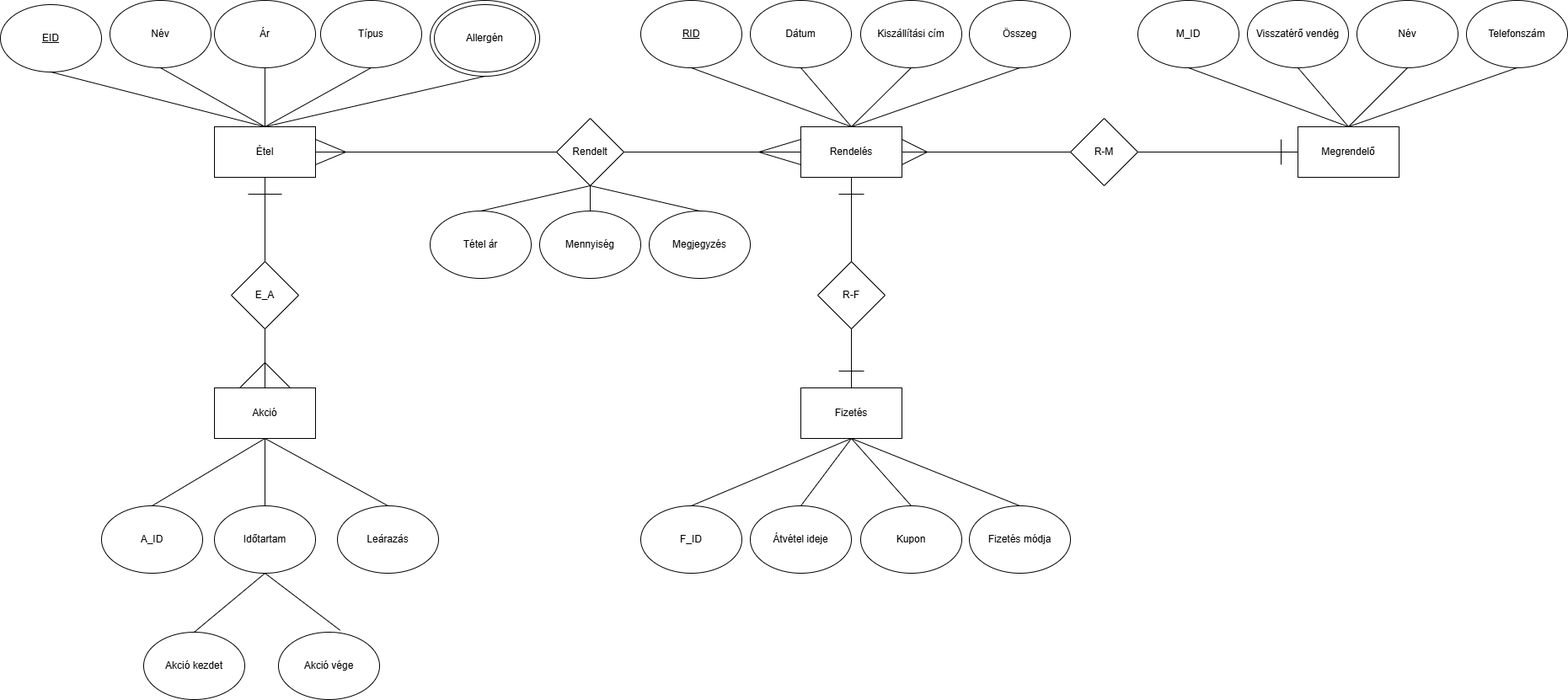
The draw.io diagram OE8BW9_XMLTask/OE8BW9_ER.drawio.png in UriAlexandra/OE8BW9WebXML, before a commit. Source tidied: cells renumbered, new cells last; positions are measured from the earlier drawing's top-left corner, leaving out a move shared by most shapes.
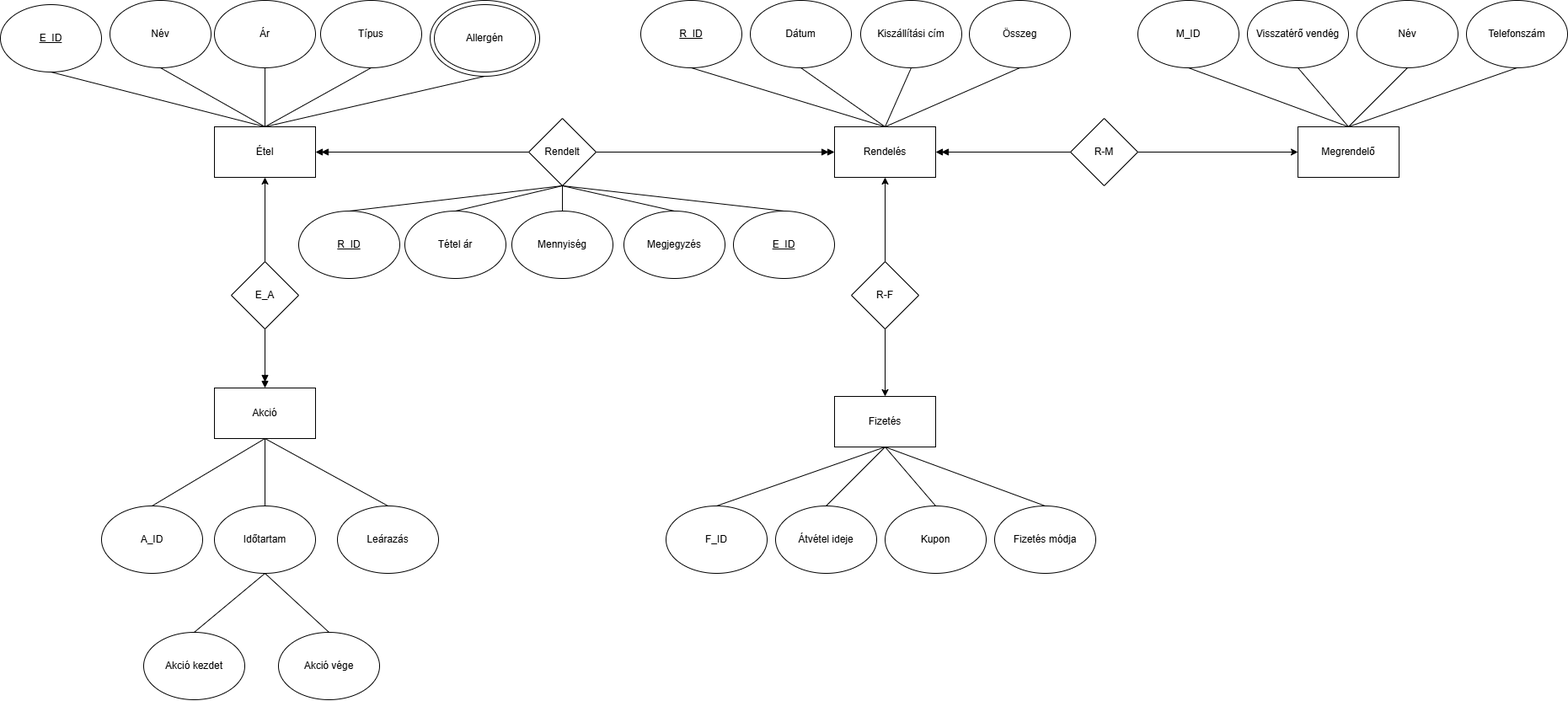
The same file after the commit.

What changed in the source:
```diff
@@ -6,7 +6,7 @@
       <mxGeometry x="274" y="310" width="80" height="80" as="geometry" />
     </mxCell>
     <mxCell id="3" style="group;" parent="1" vertex="1">
-      <mxGeometry x="640" y="140" width="120" height="190" as="geometry" />
+      <mxGeometry x="607" y="140" width="120" height="190" as="geometry" />
     </mxCell>
     <mxCell id="4" value="Rendelt" style="rhombus;whiteSpace=wrap;html=1;" parent="3" vertex="1">
       <mxGeometry x="20" width="80" height="80" as="geometry" />
@@ -18,13 +18,13 @@
       <mxGeometry relative="1" as="geometry" />
     </mxCell>
     <mxCell id="7" value="R-F" style="rhombus;whiteSpace=wrap;html=1;" parent="1" vertex="1">
-      <mxGeometry x="970" y="310" width="80" height="80" as="geometry" />
+      <mxGeometry x="1010" y="310" width="80" height="80" as="geometry" />
     </mxCell>
     <mxCell id="8" value="Akció" style="rounded=0;whiteSpace=wrap;html=1;" parent="1" vertex="1">
       <mxGeometry x="254" y="460" width="120" height="60" as="geometry" />
     </mxCell>
     <mxCell id="9" value="Fizetés" style="rounded=0;whiteSpace=wrap;html=1;" parent="1" vertex="1">
-      <mxGeometry x="950" y="460" width="120" height="60" as="geometry" />
+      <mxGeometry x="990" y="470" width="120" height="60" as="geometry" />
     </mxCell>
     <mxCell id="10" value="R-M" style="rhombus;whiteSpace=wrap;html=1;" parent="1" vertex="1">
       <mxGeometry x="1270" y="140" width="80" height="80" as="geometry" />
@@ -61,12 +61,6 @@
         <mxPoint x="250" y="150" as="sourcePoint" />
       </mxGeometry>
     </mxCell>
-    <mxCell id="21" style="endArrow=none;html=1;rounded=0;" parent="11" edge="1">
-      <mxGeometry relative="1" as="geometry">
-        <mxPoint x="170" y="165" as="sourcePoint" />
-        <mxPoint x="170" y="195" as="targetPoint" />
-      </mxGeometry>
-    </mxCell>
     <mxCell id="22" style="group;" parent="1" vertex="1">
       <mxGeometry width="640" height="210" as="geometry" />
     </mxCell>
@@ -82,7 +76,7 @@
     <mxCell id="26" value="Típus" style="ellipse;whiteSpace=wrap;html=1;" parent="22" vertex="1">
       <mxGeometry x="380" width="120" height="80" as="geometry" />
     </mxCell>
-    <mxCell id="27" value="&lt;u&gt;EID&lt;/u&gt;" style="ellipse;whiteSpace=wrap;html=1;" parent="22" vertex="1">
+    <mxCell id="27" value="&lt;u&gt;E_ID&lt;/u&gt;" style="ellipse;whiteSpace=wrap;html=1;" parent="22" vertex="1">
       <mxGeometry y="5" width="120" height="80" as="geometry" />
     </mxCell>
     <mxCell id="28" style="group;" parent="22" vertex="1">
@@ -110,12 +104,12 @@
       <mxGeometry relative="1" as="geometry" />
     </mxCell>
     <mxCell id="36" value="F_ID" style="ellipse;whiteSpace=wrap;html=1;" parent="1" vertex="1">
-      <mxGeometry x="760" y="600" width="120" height="80" as="geometry" />
+      <mxGeometry x="790" y="600" width="120" height="80" as="geometry" />
     </mxCell>
     <mxCell id="37" value="Rendelés" style="rounded=0;whiteSpace=wrap;html=1;" parent="1" vertex="1">
-      <mxGeometry x="950" y="150" width="120" height="60" as="geometry" />
+      <mxGeometry x="990" y="150" width="120" height="60" as="geometry" />
     </mxCell>
-    <mxCell id="38" value="&lt;u&gt;RID&lt;/u&gt;" style="ellipse;whiteSpace=wrap;html=1;" parent="1" vertex="1">
+    <mxCell id="38" value="&lt;u&gt;R_ID&lt;/u&gt;" style="ellipse;whiteSpace=wrap;html=1;" parent="1" vertex="1">
       <mxGeometry x="760" width="120" height="80" as="geometry" />
     </mxCell>
     <mxCell id="39" value="Dátum" style="ellipse;whiteSpace=wrap;html=1;" parent="1" vertex="1">
@@ -140,13 +134,13 @@
       <mxGeometry relative="1" as="geometry" />
     </mxCell>
     <mxCell id="46" value="Átvétel ideje" style="ellipse;whiteSpace=wrap;html=1;" parent="1" vertex="1">
-      <mxGeometry x="890" y="600" width="120" height="80" as="geometry" />
+      <mxGeometry x="920" y="600" width="120" height="80" as="geometry" />
     </mxCell>
     <mxCell id="47" value="Kupon" style="ellipse;whiteSpace=wrap;html=1;" parent="1" vertex="1">
-      <mxGeometry x="1021" y="600" width="120" height="80" as="geometry" />
+      <mxGeometry x="1050" y="600" width="120" height="80" as="geometry" />
     </mxCell>
     <mxCell id="48" value="Fizetés módja" style="ellipse;whiteSpace=wrap;html=1;" parent="1" vertex="1">
-      <mxGeometry x="1150" y="600" width="120" height="80" as="geometry" />
+      <mxGeometry x="1180" y="600" width="120" height="80" as="geometry" />
     </mxCell>
     <mxCell id="49" style="endArrow=none;html=1;rounded=0;entryX=0.5;entryY=1;entryDx=0;entryDy=0;exitX=0.5;exitY=0;exitDx=0;exitDy=0;" parent="1" edge="1" source="36" target="9">
       <mxGeometry relative="1" as="geometry" />
@@ -178,7 +172,7 @@
     <mxCell id="58" style="endArrow=none;html=1;rounded=0;entryX=0.5;entryY=0;entryDx=0;entryDy=0;exitX=0.5;exitY=1;exitDx=0;exitDy=0;" parent="1" edge="1" source="54" target="56">
       <mxGeometry relative="1" as="geometry" />
     </mxCell>
-    <mxCell id="59" style="endArrow=none;html=1;rounded=0;entryX=0.609;entryY=-0.029;entryDx=0;entryDy=0;entryPerimeter=0;exitX=0.5;exitY=1;exitDx=0;exitDy=0;" parent="1" edge="1" source="54" target="57">
+    <mxCell id="59" style="endArrow=none;html=1;rounded=0;entryX=0.5;entryY=0;entryDx=0;entryDy=0;exitX=0.5;exitY=1;exitDx=0;exitDy=0;" parent="1" edge="1" source="54" target="57">
       <mxGeometry relative="1" as="geometry" />
     </mxCell>
     <mxCell id="60" style="endArrow=none;html=1;rounded=0;entryX=0.5;entryY=1;entryDx=0;entryDy=0;exitX=0.5;exitY=0;exitDx=0;exitDy=0;" parent="1" edge="1" source="54" target="8">
@@ -192,93 +186,32 @@
     <mxCell id="62" style="endArrow=none;html=1;rounded=0;entryX=0.5;entryY=1;entryDx=0;entryDy=0;exitX=0.5;exitY=0;exitDx=0;exitDy=0;" parent="1" edge="1" source="55" target="8">
       <mxGeometry relative="1" as="geometry" />
     </mxCell>
-    <mxCell id="63" style="endArrow=none;html=1;rounded=0;entryX=0.5;entryY=1;entryDx=0;entryDy=0;exitX=0.5;exitY=0;exitDx=0;exitDy=0;" parent="1" edge="1" source="8" target="2">
+    <mxCell id="63" style="endArrow=none;html=1;rounded=0;entryX=0.5;entryY=1;entryDx=0;entryDy=0;exitX=0.5;exitY=0;exitDx=0;exitDy=0;startArrow=doubleBlock;startFill=1;" parent="1" edge="1" source="8" target="2">
       <mxGeometry relative="1" as="geometry" />
     </mxCell>
-    <mxCell id="64" style="endArrow=none;html=1;rounded=0;exitX=0.75;exitY=0;exitDx=0;exitDy=0;" parent="1" edge="1" source="8">
-      <mxGeometry relative="1" as="geometry">
-        <mxPoint x="314" y="430" as="targetPoint" />
-      </mxGeometry>
-    </mxCell>
-    <mxCell id="65" style="endArrow=none;html=1;rounded=0;exitX=0.25;exitY=0;exitDx=0;exitDy=0;" parent="1" edge="1" source="8">
-      <mxGeometry relative="1" as="geometry">
-        <mxPoint x="314" y="430" as="targetPoint" />
-      </mxGeometry>
-    </mxCell>
-    <mxCell id="66" style="endArrow=none;html=1;rounded=0;entryX=0.5;entryY=1;entryDx=0;entryDy=0;exitX=0.5;exitY=0;exitDx=0;exitDy=0;" parent="1" edge="1" source="2" target="23">
+    <mxCell id="66" style="endArrow=classic;html=1;rounded=0;entryX=0.5;entryY=1;entryDx=0;entryDy=0;exitX=0.5;exitY=0;exitDx=0;exitDy=0;endFill=1;" parent="1" edge="1" source="2" target="23">
       <mxGeometry relative="1" as="geometry" />
     </mxCell>
-    <mxCell id="67" style="endArrow=none;html=1;rounded=0;" parent="1" edge="1">
-      <mxGeometry relative="1" as="geometry">
-        <mxPoint x="294" y="230" as="sourcePoint" />
-        <mxPoint x="334" y="230" as="targetPoint" />
-      </mxGeometry>
-    </mxCell>
-    <mxCell id="68" style="endArrow=none;html=1;rounded=0;exitX=1;exitY=0.5;exitDx=0;exitDy=0;entryX=0;entryY=0.5;entryDx=0;entryDy=0;" parent="1" edge="1" source="23" target="4">
-      <mxGeometry relative="1" as="geometry" />
-    </mxCell>
-    <mxCell id="69" style="endArrow=none;html=1;rounded=0;entryX=0;entryY=0.5;entryDx=0;entryDy=0;exitX=1;exitY=0.5;exitDx=0;exitDy=0;" parent="1" edge="1" source="4" target="37">
+    <mxCell id="69" style="endArrow=doubleBlock;html=1;rounded=0;entryX=0;entryY=0.5;entryDx=0;entryDy=0;exitX=1;exitY=0.5;exitDx=0;exitDy=0;endFill=1;" parent="1" edge="1" source="4" target="37">
       <mxGeometry relative="1" as="geometry" />
     </mxCell>
-    <mxCell id="70" style="endArrow=none;html=1;rounded=0;exitX=1;exitY=0.75;exitDx=0;exitDy=0;" parent="1" edge="1" source="23">
-      <mxGeometry relative="1" as="geometry">
-        <mxPoint x="410" y="180" as="targetPoint" />
-      </mxGeometry>
-    </mxCell>
-    <mxCell id="71" style="endArrow=none;html=1;rounded=0;exitX=1;exitY=0.25;exitDx=0;exitDy=0;" parent="1" edge="1" source="23">
-      <mxGeometry relative="1" as="geometry">
-        <mxPoint x="410" y="180" as="targetPoint" />
-      </mxGeometry>
-    </mxCell>
-    <mxCell id="72" style="endArrow=none;html=1;rounded=0;exitX=0;exitY=0.75;exitDx=0;exitDy=0;" parent="1" edge="1" source="37">
-      <mxGeometry relative="1" as="geometry">
-        <mxPoint x="900" y="180" as="targetPoint" />
-      </mxGeometry>
-    </mxCell>
-    <mxCell id="73" style="endArrow=none;html=1;rounded=0;entryX=0;entryY=0.25;entryDx=0;entryDy=0;" parent="1" edge="1" target="37">
-      <mxGeometry relative="1" as="geometry">
-        <mxPoint x="900" y="180" as="sourcePoint" />
-      </mxGeometry>
-    </mxCell>
-    <mxCell id="74" style="endArrow=none;html=1;rounded=0;entryX=0.5;entryY=1;entryDx=0;entryDy=0;exitX=0.5;exitY=0;exitDx=0;exitDy=0;" parent="1" edge="1" source="9" target="7">
+    <mxCell id="74" style="endArrow=none;html=1;rounded=0;entryX=0.5;entryY=1;entryDx=0;entryDy=0;exitX=0.5;exitY=0;exitDx=0;exitDy=0;endFill=0;startArrow=classic;startFill=1;" parent="1" edge="1" source="9" target="7">
       <mxGeometry relative="1" as="geometry" />
     </mxCell>
-    <mxCell id="75" style="endArrow=none;html=1;rounded=0;entryX=0.5;entryY=1;entryDx=0;entryDy=0;exitX=0.5;exitY=0;exitDx=0;exitDy=0;" parent="1" edge="1" source="7" target="37">
+    <mxCell id="75" style="endArrow=classic;html=1;rounded=0;entryX=0.5;entryY=1;entryDx=0;entryDy=0;exitX=0.5;exitY=0;exitDx=0;exitDy=0;endFill=1;" parent="1" edge="1" source="7" target="37">
       <mxGeometry relative="1" as="geometry" />
     </mxCell>
-    <mxCell id="76" style="endArrow=none;html=1;rounded=0;" parent="1" edge="1">
-      <mxGeometry relative="1" as="geometry">
-        <mxPoint x="995" y="440" as="sourcePoint" />
-        <mxPoint x="1025" y="440" as="targetPoint" />
-      </mxGeometry>
-    </mxCell>
-    <mxCell id="77" style="endArrow=none;html=1;rounded=0;" parent="1" edge="1">
-      <mxGeometry relative="1" as="geometry">
-        <mxPoint x="995" y="230" as="sourcePoint" />
-        <mxPoint x="1025" y="230" as="targetPoint" />
-      </mxGeometry>
-    </mxCell>
-    <mxCell id="78" style="endArrow=none;html=1;rounded=0;entryX=0;entryY=0.5;entryDx=0;entryDy=0;exitX=1;exitY=0.5;exitDx=0;exitDy=0;" parent="1" edge="1" source="10" target="12">
+    <mxCell id="78" style="endArrow=classic;html=1;rounded=0;entryX=0;entryY=0.5;entryDx=0;entryDy=0;exitX=1;exitY=0.5;exitDx=0;exitDy=0;endFill=1;" parent="1" edge="1" source="10" target="12">
       <mxGeometry relative="1" as="geometry" />
     </mxCell>
-    <mxCell id="79" style="endArrow=none;html=1;rounded=0;entryX=0;entryY=0.5;entryDx=0;entryDy=0;exitX=1;exitY=0.5;exitDx=0;exitDy=0;" parent="1" edge="1" source="37" target="10">
+    <mxCell id="79" style="endArrow=none;html=1;rounded=0;entryX=0;entryY=0.5;entryDx=0;entryDy=0;exitX=1;exitY=0.5;exitDx=0;exitDy=0;startArrow=doubleBlock;startFill=1;" parent="1" edge="1" source="37" target="10">
       <mxGeometry relative="1" as="geometry" />
     </mxCell>
-    <mxCell id="80" style="endArrow=none;html=1;rounded=0;exitX=1;exitY=0.75;exitDx=0;exitDy=0;" parent="1" edge="1" source="37">
-      <mxGeometry relative="1" as="geometry">
-        <mxPoint x="1100" y="180" as="targetPoint" />
-      </mxGeometry>
-    </mxCell>
-    <mxCell id="81" style="endArrow=none;html=1;rounded=0;exitX=1;exitY=0.25;exitDx=0;exitDy=0;" parent="1" edge="1" source="37">
-      <mxGeometry relative="1" as="geometry">
-        <mxPoint x="1100" y="180" as="targetPoint" />
-      </mxGeometry>
-    </mxCell>
     <mxCell id="82" value="Megjegyzés" style="ellipse;whiteSpace=wrap;html=1;" parent="1" vertex="1">
-      <mxGeometry x="770" y="250" width="120" height="80" as="geometry" />
+      <mxGeometry x="740" y="250" width="120" height="80" as="geometry" />
     </mxCell>
     <mxCell id="83" value="Tétel ár" style="ellipse;whiteSpace=wrap;html=1;" parent="1" vertex="1">
-      <mxGeometry x="510" y="250" width="120" height="80" as="geometry" />
+      <mxGeometry x="480" y="250" width="120" height="80" as="geometry" />
     </mxCell>
     <mxCell id="84" style="endArrow=none;html=1;rounded=0;entryX=0.5;entryY=0;entryDx=0;entryDy=0;exitX=0.5;exitY=1;exitDx=0;exitDy=0;" parent="1" edge="1" source="4" target="82">
       <mxGeometry relative="1" as="geometry" />
@@ -286,5 +219,20 @@
     <mxCell id="85" style="endArrow=none;html=1;rounded=0;exitX=0.5;exitY=0;exitDx=0;exitDy=0;entryX=0.5;entryY=1;entryDx=0;entryDy=0;" parent="1" edge="1" source="83" target="4">
       <mxGeometry relative="1" as="geometry" />
     </mxCell>
+    <mxCell id="86" style="edgeStyle=orthogonalEdgeStyle;rounded=0;jettySize=auto;html=1;endArrow=doubleBlock;endFill=1;" parent="1" edge="1" source="4" target="23">
+      <mxGeometry relative="1" as="geometry" />
+    </mxCell>
+    <mxCell id="87" value="&lt;u&gt;R_ID&lt;/u&gt;" style="ellipse;whiteSpace=wrap;html=1;" parent="1" vertex="1">
+      <mxGeometry x="354" y="250" width="120" height="80" as="geometry" />
+    </mxCell>
+    <mxCell id="88" value="&lt;u&gt;E_ID&lt;/u&gt;" style="ellipse;whiteSpace=wrap;html=1;" parent="1" vertex="1">
+      <mxGeometry x="870" y="250" width="120" height="80" as="geometry" />
+    </mxCell>
+    <mxCell id="89" style="endArrow=none;html=1;rounded=0;exitX=0.5;exitY=0;exitDx=0;exitDy=0;entryX=0.5;entryY=1;entryDx=0;entryDy=0;" parent="1" edge="1" source="87" target="4">
+      <mxGeometry relative="1" as="geometry" />
+    </mxCell>
+    <mxCell id="90" style="endArrow=none;html=1;rounded=0;exitX=0.5;exitY=1;exitDx=0;exitDy=0;entryX=0.5;entryY=0;entryDx=0;entryDy=0;" parent="1" edge="1" source="4" target="88">
+      <mxGeometry relative="1" as="geometry" />
+    </mxCell>
   </root>
 </mxGraphModel>
```
